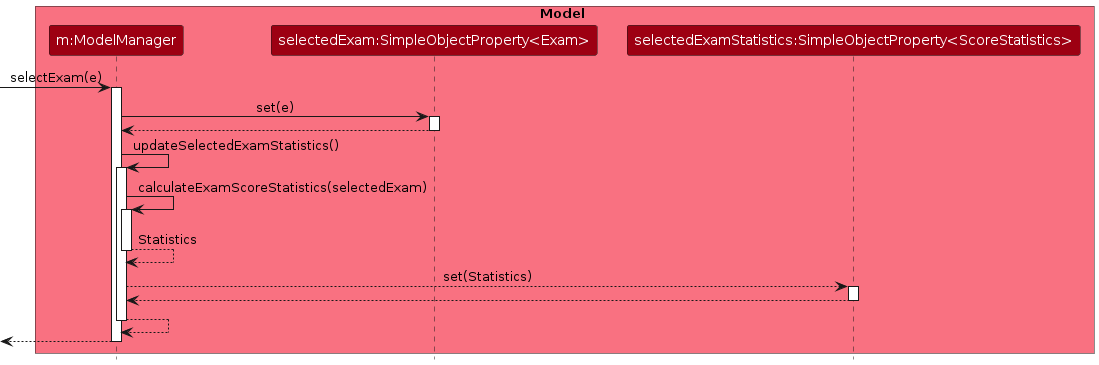
Above: diagrams/StatisticsSequenceDiagram.png in AY2324S2-CS2103T-T10-1/tp (PlantUML), before the change. Its source is kept beside it as diagrams/StatisticsSequenceDiagram.puml. Source of this version:
```plantuml
@startuml
!include style.puml
skinparam ArrowFontStyle plain

box Model MODEL_COLOR_T1
participant "m:ModelManager" as Model MODEL_COLOR
participant "selectedExam:SimpleObjectProperty<Exam>" as selectedExam MODEL_COLOR
participant "selectedExamStatistics:SimpleObjectProperty<ScoreStatistics>" as selectedExamStatistics MODEL_COLOR
end box

[-> Model : selectExam(e)
activate Model

Model -> selectedExam : set(e)
activate selectedExam

selectedExam --> Model
deactivate selectedExam

Model -> Model : updateSelectedExamStatistics()
activate Model

Model -> Model : calculateExamScoreStatistics(selectedExam)
activate Model

Model --> Model : Statistics
deactivate Model

Model --> selectedExamStatistics : set(Statistics)
activate selectedExamStatistics

selectedExamStatistics --> Model
deactivate selectedExamStatistics

Model --> Model
deactivate Model

[<-- Model
deactivate Model

@enduml
```
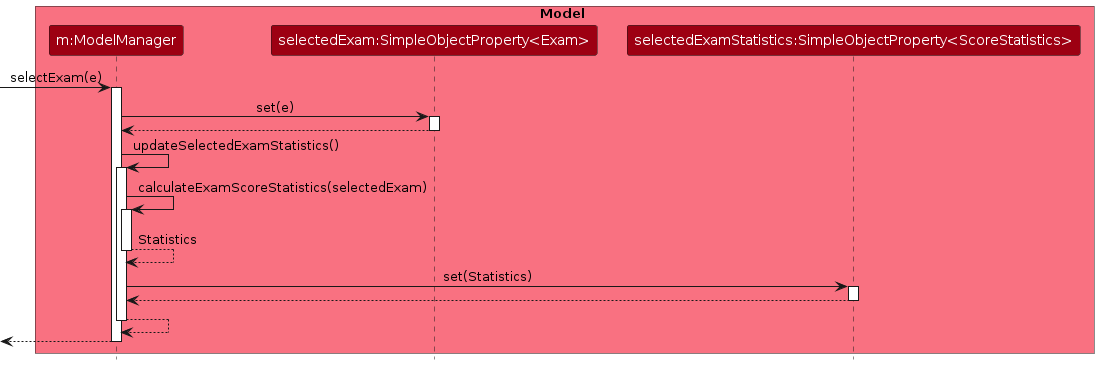
The same diagram one commit later.

The edit, as a diff of the source:
```diff
@@ -26,7 +26,7 @@
 Model --> Model : Statistics
 deactivate Model
 
-Model --> selectedExamStatistics : set(Statistics)
+Model -> selectedExamStatistics : set(Statistics)
 activate selectedExamStatistics
 
 selectedExamStatistics --> Model
```
